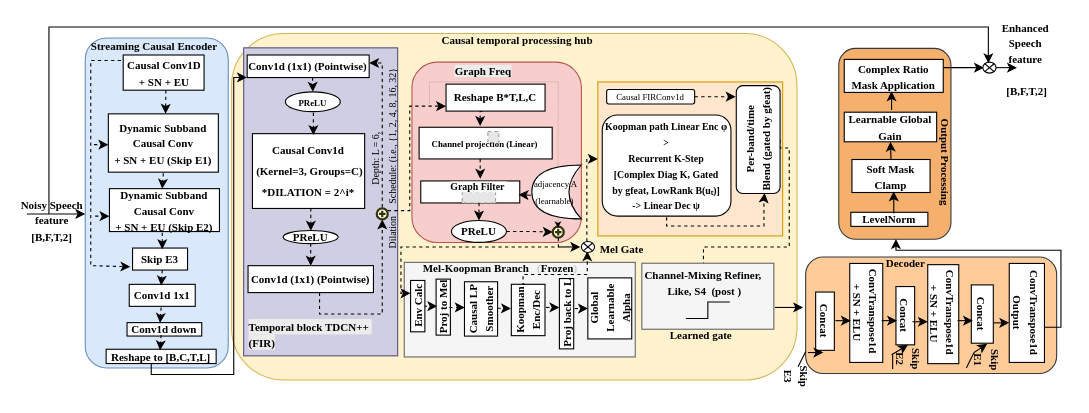
Above: melkoop.drawio in drchk/Timeseries_fuction (draw.io), before the change. Source tidied: cells renumbered, new cells numbered last; positions are measured from the earlier drawing's top-left corner, leaving out a move shared by most shapes. Both pictures are drawn from the tidied source at 110%, with x=0, y=0 at pixel (19, 23). Pictures stored in the file or linked from it are replaced by grey dashed boxes.
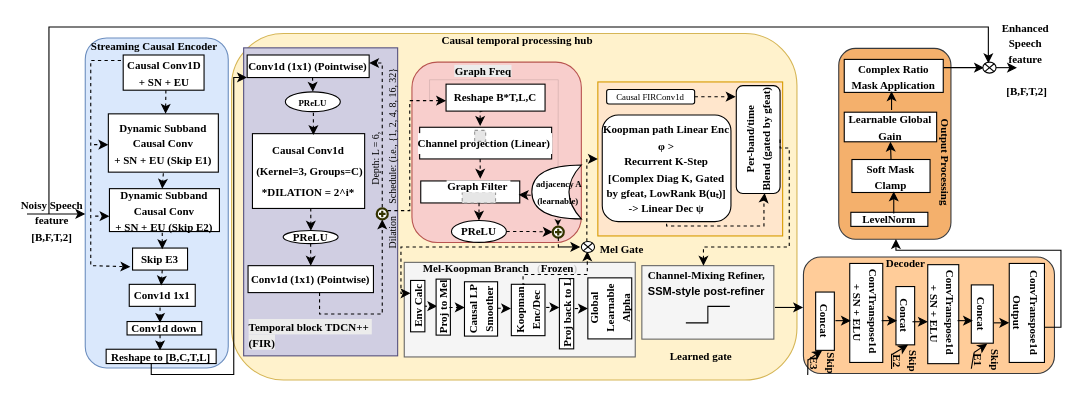
After the change.

The change refers to these unchanged cells:
```xml
<mxCell id="101" value="&lt;font face=&quot;Times New Roman&quot; style=&quot;font-size: 10px;&quot;&gt;&lt;b&gt;Skip E1&lt;/b&gt;&lt;/font&gt;" style="text;html=1;whiteSpace=wrap;strokeColor=none;fillColor=none;align=center;verticalAlign=middle;rounded=0;rotation=-270;" parent="1" vertex="1">
  <mxGeometry x="865" y="291" width="31" height="30" as="geometry" />
</mxCell>
```

Diff of the diagram source:
```diff
@@
     <mxCell id="11" value="&lt;font face=&quot;Times New Roman&quot; style=&quot;font-size: 10px;&quot;&gt;&lt;b style=&quot;&quot;&gt;Conv1d down&lt;/b&gt;&lt;/font&gt;" style="rounded=0;whiteSpace=wrap;html=1;" parent="1" vertex="1">
-      <mxGeometry x="98" y="271.8" width="67.9" height="12.2" as="geometry" />
+      <mxGeometry x="98" y="270.8" width="67.9" height="12.2" as="geometry" />
     </mxCell>
@@
-    <mxCell id="29" value="&lt;div style=&quot;background-color: rgb(255, 255, 255); line-height: 19px; white-space: pre;&quot;&gt;&lt;b&gt;&lt;font face=&quot;Times New Roman&quot;&gt;&lt;span style=&quot;font-size: 8px;&quot;&gt;Channel projection (&lt;/span&gt;&lt;/font&gt;&lt;span style=&quot;font-size: 8px; font-family: &amp;quot;Times New Roman&amp;quot;; background-color: light-dark(rgb(255, 255, 255), rgb(18, 18, 18)); color: light-dark(rgb(0, 0, 0), rgb(255, 255, 255));&quot;&gt;Linear) &lt;/span&gt;&lt;/b&gt;&lt;/div&gt;" style="rounded=0;whiteSpace=wrap;html=1;" parent="1" vertex="1">
-      <mxGeometry x="363.5" y="94.2" width="121" height="28.8" as="geometry" />
+    <mxCell id="29" value="&lt;div style=&quot;background-color: rgb(255, 255, 255); line-height: 19px; white-space: pre;&quot;&gt;&lt;b&gt;&lt;font style=&quot;font-size: 10px;&quot;&gt;&lt;font face=&quot;Times New Roman&quot; style=&quot;&quot;&gt;Channel projection (&lt;/font&gt;&lt;span style=&quot;font-family: &amp;quot;Times New Roman&amp;quot;; background-color: light-dark(rgb(255, 255, 255), rgb(18, 18, 18)); color: light-dark(rgb(0, 0, 0), rgb(255, 255, 255));&quot;&gt;Linear) &lt;/span&gt;&lt;/font&gt;&lt;/b&gt;&lt;/div&gt;" style="rounded=0;whiteSpace=wrap;html=1;" parent="1" vertex="1">
+      <mxGeometry x="364" y="94.2" width="120" height="28.8" as="geometry" />
     </mxCell>
     <mxCell id="30" style="fillColor=#E6E6E6;strokeColor=#999999;dashed=1;verticalLabelPosition=bottom;labelBackgroundColor=default;verticalAlign=top;" parent="1" vertex="1">
-      <mxGeometry x="426" y="98" width="10" height="10" as="geometry" />
+      <mxGeometry x="414" y="97" width="10" height="10" as="geometry" />
     </mxCell>
@@
-    <mxCell id="34" value="&lt;b&gt;&lt;font style=&quot;font-size: 9px;&quot;&gt;&lt;br&gt;&lt;span style=&quot;color: rgb(0, 0, 0); font-family: &amp;quot;Times New Roman&amp;quot;; font-style: normal; font-variant-ligatures: normal; font-variant-caps: normal; letter-spacing: normal; orphans: 2; text-align: center; text-indent: 0px; text-transform: none; widows: 2; word-spacing: 0px; -webkit-text-stroke-width: 0px; white-space: pre; background-color: rgb(255, 255, 255); text-decoration-thickness: initial; text-decoration-style: initial; text-decoration-color: initial; float: none; display: inline !important;&quot;&gt;Graph Filter &lt;/span&gt;&lt;/font&gt;&lt;/b&gt;&lt;div&gt;&lt;br&gt;&lt;/div&gt;" style="text;html=1;whiteSpace=wrap;strokeColor=none;fillColor=none;align=center;verticalAlign=middle;rounded=0;" parent="1" vertex="1">
+    <mxCell id="34" value="&lt;b&gt;&lt;font style=&quot;font-size: 10px;&quot;&gt;&lt;br&gt;&lt;span style=&quot;color: rgb(0, 0, 0); font-family: &amp;quot;Times New Roman&amp;quot;; font-style: normal; font-variant-ligatures: normal; font-variant-caps: normal; letter-spacing: normal; orphans: 2; text-align: center; text-indent: 0px; text-transform: none; widows: 2; word-spacing: 0px; -webkit-text-stroke-width: 0px; white-space: pre; background-color: rgb(255, 255, 255); text-decoration-thickness: initial; text-decoration-style: initial; text-decoration-color: initial; float: none; display: inline !important;&quot;&gt;Graph Filter &lt;/span&gt;&lt;/font&gt;&lt;/b&gt;&lt;div&gt;&lt;br&gt;&lt;/div&gt;" style="text;html=1;whiteSpace=wrap;strokeColor=none;fillColor=none;align=center;verticalAlign=middle;rounded=0;" parent="1" vertex="1">
       <mxGeometry x="388" y="133" width="60" height="30" as="geometry" />
     </mxCell>
@@
     <mxCell id="40" style="edgeStyle=orthogonalEdgeStyle;rounded=0;orthogonalLoop=1;jettySize=auto;html=1;elbow=vertical;dashed=1;" parent="1" edge="1">
       <mxGeometry relative="1" as="geometry">
         <mxPoint x="335" y="170" as="sourcePoint" />
-        <mxPoint x="388" y="75" as="targetPoint" />
+        <mxPoint x="388" y="70" as="targetPoint" />
         <Array as="points">
+          <mxPoint x="335" y="170" />
           <mxPoint x="355" y="170" />
-          <mxPoint x="355" y="75" />
-          <mxPoint x="387" y="75" />
+          <mxPoint x="355" y="70" />
         </Array>
       </mxGeometry>
     </mxCell>
     <mxCell id="41" style="edgeStyle=none;rounded=0;orthogonalLoop=1;jettySize=auto;html=1;entryX=0.867;entryY=0.617;entryDx=0;entryDy=0;entryPerimeter=0;elbow=vertical;dashed=1;shape=wire;endArrow=classic;endFill=1;strokeWidth=0;" parent="1" edge="1">
       <mxGeometry relative="1" as="geometry">
-        <mxPoint x="373" y="73" as="sourcePoint" />
-        <mxPoint x="489.7" y="185.7" as="targetPoint" />
+        <mxPoint x="373" y="70" as="sourcePoint" />
+        <mxPoint x="489.7" y="183.7" as="targetPoint" />
         <Array as="points">
-          <mxPoint x="373" y="53" />
-          <mxPoint x="427" y="53" />
-          <mxPoint x="490" y="53" />
+          <mxPoint x="373" y="51" />
+          <mxPoint x="427" y="51" />
+          <mxPoint x="490" y="51" />
         </Array>
       </mxGeometry>
     </mxCell>
@@
-    <mxCell id="59" value="&lt;font face=&quot;Times New Roman&quot; style=&quot;font-size: 9px;&quot;&gt;&lt;b&gt;Koopman path Linear Enc φ &amp;gt;&lt;br&gt;Recurrent K-Step&lt;br&gt;[Complex Diag K, Gated&lt;br&gt;by gfeat, LowRank B(uₜ)]&lt;br&gt;-&amp;gt; Linear Dec ψ&lt;/b&gt;&lt;/font&gt;" style="rounded=1;whiteSpace=wrap;html=1;" parent="1" vertex="1">
-      <mxGeometry x="530" y="83" width="117" height="92" as="geometry" />
+    <mxCell id="59" value="&lt;font face=&quot;Times New Roman&quot; style=&quot;font-size: 10px;&quot;&gt;&lt;b style=&quot;&quot;&gt;Koopman path Linear Enc φ &amp;gt;&lt;br&gt;Recurrent K-Step&lt;br&gt;[Complex Diag K, Gated&lt;br&gt;by gfeat, LowRank B(uₜ)]&lt;br&gt;-&amp;gt; Linear Dec ψ&lt;/b&gt;&lt;/font&gt;" style="rounded=1;whiteSpace=wrap;html=1;" parent="1" vertex="1">
+      <mxGeometry x="530" y="83" width="117" height="97" as="geometry" />
     </mxCell>
-    <mxCell id="60" style="edgeStyle=orthogonalEdgeStyle;rounded=0;jettySize=auto;html=1;exitX=0.5;exitY=1;exitDx=0;exitDy=0;entryX=0.5;entryY=0;entryDx=0;entryDy=0;elbow=vertical;dashed=1;" parent="1" edge="1" source="61" target="69">
-      <mxGeometry relative="1" as="geometry">
-        <Array as="points">
-          <mxPoint x="700" y="113" />
-          <mxPoint x="700" y="203" />
-          <mxPoint x="622" y="203" />
-        </Array>
-      </mxGeometry>
-    </mxCell>
-    <mxCell id="61" value="&lt;font style=&quot;font-size: 10px;&quot; face=&quot;Times New Roman&quot;&gt;&lt;b style=&quot;&quot;&gt;Per-band/time&lt;/b&gt;&lt;/font&gt;&lt;div&gt;&lt;b&gt;&lt;font style=&quot;font-size: 10px;&quot;&gt;&lt;font face=&quot;Times New Roman&quot; style=&quot;&quot;&gt;Blend (gated&lt;/font&gt;&lt;font face=&quot;Times New Roman&quot; style=&quot;&quot;&gt; by gfeat)&lt;/font&gt;&lt;/font&gt;&lt;/b&gt;&lt;/div&gt;" style="rounded=1;whiteSpace=wrap;html=1;rotation=-90;" parent="1" vertex="1">
+    <mxCell id="61" value="&lt;font style=&quot;font-size: 10px;&quot; face=&quot;Times New Roman&quot;&gt;&lt;b&gt;Per-band/time&lt;/b&gt;&lt;/font&gt;&lt;div&gt;&lt;font style=&quot;font-size: 10px;&quot;&gt;&lt;b&gt;&lt;font face=&quot;Times New Roman&quot; style=&quot;&quot;&gt;Blend (gated&lt;/font&gt;&lt;font face=&quot;Times New Roman&quot; style=&quot;&quot;&gt; by gfeat)&lt;/font&gt;&lt;/b&gt;&lt;/font&gt;&lt;/div&gt;" style="rounded=1;whiteSpace=wrap;html=1;rotation=-90;" parent="1" vertex="1">
       <mxGeometry x="622.7" y="85.5" width="98.1" height="39.8" as="geometry" />
     </mxCell>
@@
     <mxCell id="68" style="rounded=0;whiteSpace=wrap;html=1;fillColor=#f5f5f5;fontColor=#333333;strokeColor=#666666;" parent="1" vertex="1">
-      <mxGeometry x="566" y="217.8" width="120" height="60" as="geometry" />
+      <mxGeometry x="566" y="220" width="120" height="66.8" as="geometry" />
     </mxCell>
-    <mxCell id="69" value="&lt;font face=&quot;Times New Roman&quot; style=&quot;font-size: 10px;&quot;&gt;&lt;b style=&quot;&quot;&gt;Channel-Mixing Refiner,&lt;/b&gt;&lt;/font&gt;&lt;div&gt;&lt;b&gt;&lt;font style=&quot;font-size: 10px;&quot;&gt;&lt;font face=&quot;Times New Roman&quot; style=&quot;&quot;&gt;&amp;nbsp;Like,&amp;nbsp;&lt;/font&gt;&lt;font face=&quot;Times New Roman&quot; style=&quot;&quot;&gt;S4&amp;nbsp;&amp;nbsp;&lt;/font&gt;&lt;font face=&quot;Times New Roman&quot; style=&quot;background-color: transparent; color: light-dark(rgb(0, 0, 0), rgb(255, 255, 255));&quot;&gt;(post&amp;nbsp;&lt;/font&gt;&lt;span style=&quot;background-color: transparent; color: light-dark(rgb(0, 0, 0), rgb(255, 255, 255)); font-family: &amp;quot;Times New Roman&amp;quot;;&quot;&gt;)&lt;/span&gt;&lt;/font&gt;&lt;/b&gt;&lt;div&gt;&lt;div&gt;&lt;br&gt;&lt;/div&gt;&lt;/div&gt;&lt;/div&gt;" style="text;html=1;whiteSpace=wrap;strokeColor=none;fillColor=none;align=center;verticalAlign=middle;rounded=0;" parent="1" vertex="1">
-      <mxGeometry x="557" y="228" width="130" height="30" as="geometry" />
+    <mxCell id="69" value="&lt;font face=&quot;Times New Roman&quot; style=&quot;font-size: 10px;&quot;&gt;&lt;b&gt;Channel-Mixing Refiner,&lt;/b&gt;&lt;/font&gt;&lt;div&gt;&lt;font style=&quot;font-size: 10px;&quot;&gt;&lt;b&gt;&lt;span style=&quot;text-align: left;&quot;&gt;SSM-style post-refiner&lt;/span&gt;&lt;br&gt;&lt;/b&gt;&lt;/font&gt;&lt;div&gt;&lt;div&gt;&lt;br&gt;&lt;/div&gt;&lt;/div&gt;&lt;/div&gt;" style="text;html=1;whiteSpace=wrap;strokeColor=none;fillColor=none;align=center;verticalAlign=middle;rounded=0;" parent="1" vertex="1">
+      <mxGeometry x="560" y="228" width="130" height="30" as="geometry" />
     </mxCell>
     <mxCell id="70" style="endArrow=none;html=1;rounded=0;elbow=vertical;edgeStyle=orthogonalEdgeStyle;" parent="1" edge="1">
       <mxGeometry relative="1" as="geometry">
-        <mxPoint x="606" y="268" as="sourcePoint" />
-        <mxPoint x="646" y="253" as="targetPoint" />
+        <mxPoint x="606" y="272" as="sourcePoint" />
+        <mxPoint x="646" y="257" as="targetPoint" />
         <Array as="points">
-          <mxPoint x="626" y="268" />
-          <mxPoint x="626" y="253" />
-          <mxPoint x="646" y="253" />
+          <mxPoint x="626" y="272" />
+          <mxPoint x="626" y="257" />
+          <mxPoint x="646" y="257" />
         </Array>
       </mxGeometry>
     </mxCell>
     <mxCell id="71" value="&lt;font face=&quot;Times New Roman&quot; style=&quot;font-size: 10px;&quot;&gt;&lt;b&gt;Learned gate&lt;/b&gt;&lt;/font&gt;" style="text;html=1;whiteSpace=wrap;strokeColor=none;fillColor=none;align=center;verticalAlign=middle;rounded=0;" parent="1" vertex="1">
-      <mxGeometry x="590" y="268" width="60" height="30" as="geometry" />
+      <mxGeometry x="590" y="287" width="60" height="30" as="geometry" />
     </mxCell>
@@
-    <mxCell id="78" style="endArrow=classic;html=1;rounded=0;elbow=vertical;exitX=0.5;exitY=1;exitDx=0;exitDy=0;entryX=0.5;entryY=0;entryDx=0;entryDy=0;dashed=1;" parent="1" edge="1">
-      <mxGeometry relative="1" as="geometry">
-        <mxPoint x="129" y="258" as="sourcePoint" />
-        <mxPoint x="128" y="272" as="targetPoint" />
-      </mxGeometry>
-    </mxCell>
@@
-    <mxCell id="80" style="endArrow=classic;html=1;rounded=0;elbow=vertical;exitX=0.5;exitY=1;exitDx=0;exitDy=0;entryX=0.5;entryY=0;entryDx=0;entryDy=0;dashed=1;" parent="1" edge="1">
+    <mxCell id="80" style="endArrow=classic;html=1;rounded=0;elbow=vertical;entryX=0.5;entryY=0;entryDx=0;entryDy=0;dashed=1;" parent="1" edge="1">
       <mxGeometry relative="1" as="geometry">
-        <mxPoint x="129" y="283" as="sourcePoint" />
+        <mxPoint x="128" y="283" as="sourcePoint" />
         <mxPoint x="128" y="297" as="targetPoint" />
       </mxGeometry>
     </mxCell>
@@
     <mxCell id="84" style="rounded=1;whiteSpace=wrap;html=1;fillColor=#ffcc99;strokeColor=#36393d;rotation=-90;" parent="1" vertex="1">
-      <mxGeometry x="776" y="151" width="106" height="228.2" as="geometry" />
+      <mxGeometry x="774" y="151" width="106" height="228.2" as="geometry" />
     </mxCell>
@@
-    <mxCell id="90" style="endArrow=classic;html=1;rounded=0;elbow=vertical;entryX=1;entryY=0.25;entryDx=0;entryDy=0;" parent="1" edge="1">
+    <mxCell id="90" style="endArrow=classic;html=1;rounded=0;elbow=vertical;entryX=1;entryY=0.25;entryDx=0;entryDy=0;exitX=0.097;exitY=0.023;exitDx=0;exitDy=0;exitPerimeter=0;" parent="1" edge="1">
       <mxGeometry relative="1" as="geometry">
-        <mxPoint x="717" y="299" as="sourcePoint" />
-        <mxPoint x="731" y="299" as="targetPoint" />
+        <mxPoint x="717.2" y="305.8" as="sourcePoint" />
+        <mxPoint x="730" y="297" as="targetPoint" />
       </mxGeometry>
     </mxCell>
     <mxCell id="91" value="&lt;font face=&quot;Times New Roman&quot; style=&quot;font-size: 10px;&quot;&gt;&lt;b&gt;Skip E3&lt;/b&gt;&lt;/font&gt;" style="text;html=1;whiteSpace=wrap;strokeColor=none;fillColor=none;align=center;verticalAlign=middle;rounded=0;rotation=-270;" parent="1" vertex="1">
-      <mxGeometry x="692" y="306" width="31" height="30" as="geometry" />
+      <mxGeometry x="716" y="294" width="31" height="30" as="geometry" />
     </mxCell>
@@
-    <mxCell id="96" style="endArrow=none;html=1;rounded=0;elbow=vertical;" parent="1" edge="1">
+    <mxCell id="96" style="endArrow=none;html=1;rounded=0;elbow=vertical;exitX=0.053;exitY=0.017;exitDx=0;exitDy=0;exitPerimeter=0;" parent="1" edge="1">
       <mxGeometry relative="1" as="geometry">
-        <mxPoint x="708" y="312" as="sourcePoint" />
-        <mxPoint x="715" y="298" as="targetPoint" />
+        <mxPoint x="716.8" y="319.5" as="sourcePoint" />
+        <mxPoint x="717" y="305" as="targetPoint" />
       </mxGeometry>
     </mxCell>
-    <mxCell id="97" style="endArrow=none;html=1;rounded=0;elbow=vertical;" parent="1" edge="1">
+    <mxCell id="97" style="endArrow=none;html=1;rounded=0;elbow=vertical;exitX=0.75;exitY=1;exitDx=0;exitDy=0;" parent="1" edge="1" source="101">
       <mxGeometry relative="1" as="geometry">
-        <mxPoint x="861" y="313" as="sourcePoint" />
         <mxPoint x="868" y="299" as="targetPoint" />
       </mxGeometry>
     </mxCell>
     <mxCell id="98" style="endArrow=none;html=1;rounded=0;elbow=vertical;" parent="1" edge="1">
       <mxGeometry relative="1" as="geometry">
-        <mxPoint x="794" y="314" as="sourcePoint" />
-        <mxPoint x="794" y="300" as="targetPoint" />
+        <mxPoint x="793" y="314" as="sourcePoint" />
+        <mxPoint x="793" y="300" as="targetPoint" />
       </mxGeometry>
     </mxCell>
@@
     <mxCell id="100" value="&lt;font face=&quot;Times New Roman&quot; style=&quot;font-size: 10px;&quot;&gt;&lt;b&gt;Skip E2&lt;/b&gt;&lt;/font&gt;" style="text;html=1;whiteSpace=wrap;strokeColor=none;fillColor=none;align=center;verticalAlign=middle;rounded=0;rotation=-270;" parent="1" vertex="1">
-      <mxGeometry x="794" y="290" width="31" height="30" as="geometry" />
+      <mxGeometry x="791" y="292" width="31" height="30" as="geometry" />
     </mxCell>
@@
-    <mxCell id="116" style="edgeStyle=orthogonalEdgeStyle;rounded=0;jettySize=auto;html=1;exitX=1;exitY=1;exitDx=0;exitDy=0;entryX=0.576;entryY=-0.01;entryDx=0;entryDy=0;entryPerimeter=0;" parent="1" edge="1" source="69" target="84">
-      <mxGeometry relative="1" as="geometry" />
+    <mxCell id="116" style="edgeStyle=orthogonalEdgeStyle;rounded=0;orthogonalLoop=1;jettySize=auto;html=1;exitX=1;exitY=1;exitDx=0;exitDy=0;entryX=0.576;entryY=-0.01;entryDx=0;entryDy=0;entryPerimeter=0;" parent="1" edge="1">
+      <mxGeometry relative="1" as="geometry">
+        <mxPoint x="687" y="258" as="sourcePoint" />
+        <mxPoint x="712.6" y="257.1" as="targetPoint" />
+      </mxGeometry>
     </mxCell>
@@
-    <mxCell id="126" value="&lt;font face=&quot;Times New Roman&quot; style=&quot;font-size: 8px;&quot;&gt;adjacency A (learnable)&amp;nbsp;&lt;/font&gt;" style="text;html=1;whiteSpace=wrap;strokeColor=none;fillColor=none;align=center;verticalAlign=middle;rounded=0;" parent="1" vertex="1">
-      <mxGeometry x="458" y="137.5" width="60" height="29.5" as="geometry" />
+    <mxCell id="126" value="&lt;font face=&quot;Times New Roman&quot; style=&quot;font-size: 8px;&quot;&gt;&lt;b&gt;adjacency A (learnable)&amp;nbsp;&lt;/b&gt;&lt;/font&gt;" style="text;html=1;whiteSpace=wrap;strokeColor=none;fillColor=none;align=center;verticalAlign=middle;rounded=0;" parent="1" vertex="1">
+      <mxGeometry x="461" y="137.5" width="60" height="29.5" as="geometry" />
     </mxCell>
@@
+    <mxCell id="128" style="endArrow=classic;html=1;rounded=0;elbow=vertical;entryX=0.5;entryY=0;entryDx=0;entryDy=0;dashed=1;" parent="1" edge="1">
+      <mxGeometry relative="1" as="geometry">
+        <mxPoint x="128" y="258" as="sourcePoint" />
+        <mxPoint x="128" y="272" as="targetPoint" />
+      </mxGeometry>
+    </mxCell>
+    <mxCell id="60" style="edgeStyle=orthogonalEdgeStyle;rounded=0;jettySize=auto;html=1;exitX=0.5;exitY=1;exitDx=0;exitDy=0;elbow=vertical;dashed=1;endArrow=classic;endFill=1;" parent="1" edge="1" source="61">
+      <mxGeometry relative="1" as="geometry">
+        <mxPoint x="622" y="220" as="targetPoint" />
+        <Array as="points">
+          <mxPoint x="700" y="113" />
+          <mxPoint x="700" y="203" />
+          <mxPoint x="622" y="203" />
+        </Array>
+      </mxGeometry>
+    </mxCell>
```
